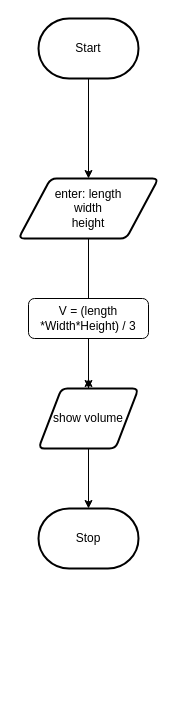
MTHS-ICD2O-1-2024/ICD2O-Unit-3-02-Joyce-Nkengbeza keeps this draw.io diagram as design/flowchart.drawio. Above is the earlier version. Source tidied: cells renumbered, new cells numbered last; positions are measured from the earlier drawing's top-left corner, leaving out a move shared by most shapes. Both pictures are drawn from the tidied source at 100%, with x=0, y=0 at pixel (18, 18).
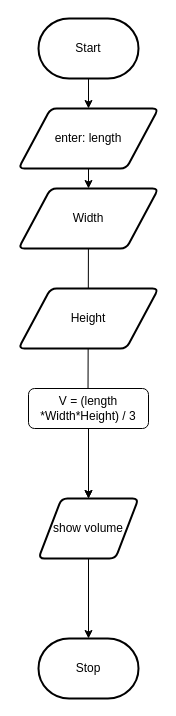
After the change.

The edit, as a diff of the source:
```diff
@@
 <mxGraphModel>
   <root>
     <mxCell id="0" />
     <mxCell id="1" parent="0" />
     <mxCell id="2" style="edgeStyle=orthogonalEdgeStyle;html=1;rounded=0;" parent="1" edge="1" source="3" target="6">
       <mxGeometry relative="1" as="geometry" />
     </mxCell>
     <mxCell id="3" value="Start" style="strokeWidth=2;html=1;shape=mxgraph.flowchart.terminator;whiteSpace=wrap;" parent="1" vertex="1">
       <mxGeometry x="20" width="100" height="60" as="geometry" />
     </mxCell>
     <mxCell id="4" value="Stop" style="strokeWidth=2;html=1;shape=mxgraph.flowchart.terminator;whiteSpace=wrap;" parent="1" vertex="1">
-      <mxGeometry x="20" y="490" width="100" height="60" as="geometry" />
+      <mxGeometry x="20" y="620" width="100" height="60" as="geometry" />
     </mxCell>
-    <mxCell id="5" style="edgeStyle=none;html=1;" parent="1" edge="1" source="6">
+    <mxCell id="5" style="edgeStyle=none;html=1;" parent="1" edge="1" source="14">
       <mxGeometry relative="1" as="geometry">
-        <mxPoint x="70" y="290" as="targetPoint" />
+        <mxPoint x="69.5" y="380" as="targetPoint" />
       </mxGeometry>
     </mxCell>
+    <mxCell id="12" style="edgeStyle=none;html=1;exitX=0.5;exitY=0;exitDx=0;exitDy=0;" parent="1" edge="1" source="6">
+      <mxGeometry relative="1" as="geometry">
+        <mxPoint x="70" y="170" as="targetPoint" />
+      </mxGeometry>
+    </mxCell>
-    <mxCell id="6" value="enter: length&lt;div&gt;width&lt;/div&gt;&lt;div&gt;height&lt;/div&gt;" style="shape=parallelogram;html=1;strokeWidth=2;perimeter=parallelogramPerimeter;whiteSpace=wrap;rounded=1;arcSize=12;size=0.23;" parent="1" vertex="1">
-      <mxGeometry y="160" width="140" height="60" as="geometry" />
+    <mxCell id="6" value="enter: length" style="shape=parallelogram;html=1;strokeWidth=2;perimeter=parallelogramPerimeter;whiteSpace=wrap;rounded=1;arcSize=12;size=0.23;" parent="1" vertex="1">
+      <mxGeometry y="90" width="140" height="60" as="geometry" />
     </mxCell>
     <mxCell id="7" style="edgeStyle=none;html=1;exitX=0.5;exitY=1;exitDx=0;exitDy=0;entryX=0.5;entryY=0;entryDx=0;entryDy=0;" parent="1" edge="1" source="8" target="11">
       <mxGeometry relative="1" as="geometry" />
     </mxCell>
+    <mxCell id="13" style="edgeStyle=none;html=1;" parent="1" edge="1" source="8" target="11">
+      <mxGeometry relative="1" as="geometry" />
+    </mxCell>
     <mxCell id="8" value="V = (length *Width*Height) / 3" style="rounded=1;whiteSpace=wrap;html=1;" parent="1" vertex="1">
-      <mxGeometry x="10" y="280" width="120" height="40" as="geometry" />
+      <mxGeometry x="10" y="370" width="120" height="40" as="geometry" />
     </mxCell>
-    <mxCell id="9" style="edgeStyle=none;html=1;" parent="1" edge="1" source="11">
-      <mxGeometry relative="1" as="geometry">
-        <mxPoint x="70" y="360" as="targetPoint" />
-      </mxGeometry>
-    </mxCell>
     <mxCell id="10" style="edgeStyle=none;html=1;exitX=0.5;exitY=1;exitDx=0;exitDy=0;" parent="1" edge="1" source="11" target="4">
       <mxGeometry relative="1" as="geometry" />
     </mxCell>
     <mxCell id="11" value="show volume" style="shape=parallelogram;html=1;strokeWidth=2;perimeter=parallelogramPerimeter;whiteSpace=wrap;rounded=1;arcSize=12;size=0.23;" parent="1" vertex="1">
-      <mxGeometry x="20" y="370" width="100" height="60" as="geometry" />
+      <mxGeometry x="20" y="480" width="100" height="60" as="geometry" />
     </mxCell>
+    <mxCell id="14" value="Width" style="shape=parallelogram;html=1;strokeWidth=2;perimeter=parallelogramPerimeter;whiteSpace=wrap;rounded=1;arcSize=12;size=0.23;" parent="1" vertex="1">
+      <mxGeometry y="170" width="140" height="60" as="geometry" />
+    </mxCell>
+    <mxCell id="15" value="Height" style="shape=parallelogram;html=1;strokeWidth=2;perimeter=parallelogramPerimeter;whiteSpace=wrap;rounded=1;arcSize=12;size=0.23;" parent="1" vertex="1">
+      <mxGeometry y="270" width="140" height="60" as="geometry" />
+    </mxCell>
   </root>
 </mxGraphModel>
```
